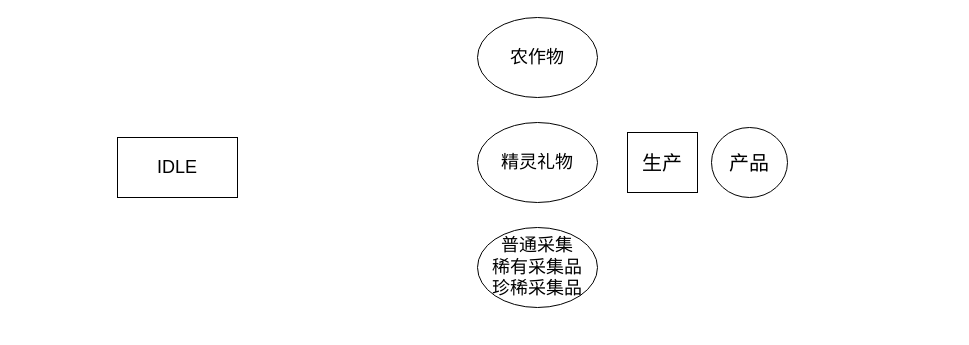
Above: page "第 2 页" (2 of 3) of Untitled Diagram.drawio in fanyixin0428/towerdefencegame (draw.io), before the change. Source tidied: cells renumbered, new cells numbered last; positions are measured from the earlier drawing's top-left corner, leaving out a move shared by most shapes. Both pictures are drawn from the tidied source at 100%, with x=0, y=0 at pixel (117, 17).
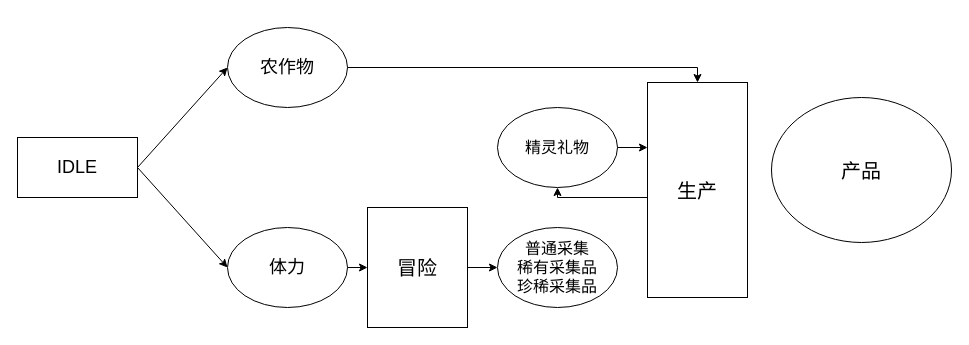
The same diagram, later.

The edit, as a diff of the source:
```diff
@@
     <mxCell id="2" value="&lt;font style=&quot;font-size: 20px&quot;&gt;产品&lt;/font&gt;" style="ellipse;whiteSpace=wrap;html=1;fontSize=20;" parent="1" vertex="1">
-      <mxGeometry x="594" y="110" width="76" height="70" as="geometry" />
+      <mxGeometry x="654" y="80" width="180" height="145" as="geometry" />
     </mxCell>
     <mxCell id="3" value="生产" style="rounded=0;whiteSpace=wrap;html=1;fontSize=20;" parent="1" vertex="1">
-      <mxGeometry x="510" y="115" width="70" height="60" as="geometry" />
+      <mxGeometry x="530" y="65" width="100" height="215" as="geometry" />
     </mxCell>
-    <mxCell id="4" value="普通采集&lt;br style=&quot;font-size: 18px;&quot;&gt;稀有采集品&lt;br style=&quot;font-size: 18px;&quot;&gt;珍稀采集品" style="ellipse;whiteSpace=wrap;html=1;fontSize=18;" parent="1" vertex="1">
-      <mxGeometry x="360" y="210" width="120" height="80" as="geometry" />
+    <mxCell id="4" value="普通采集&lt;br style=&quot;font-size: 16px;&quot;&gt;稀有采集品&lt;br style=&quot;font-size: 16px;&quot;&gt;珍稀采集品" style="ellipse;whiteSpace=wrap;html=1;fontSize=16;" parent="1" vertex="1">
+      <mxGeometry x="380" y="210" width="120" height="80" as="geometry" />
     </mxCell>
-    <mxCell id="5" value="精灵礼物" style="ellipse;whiteSpace=wrap;html=1;fontSize=18;" parent="1" vertex="1">
-      <mxGeometry x="360" y="105" width="120" height="80" as="geometry" />
+    <mxCell id="5" value="精灵礼物" style="ellipse;whiteSpace=wrap;html=1;fontSize=16;" parent="1" vertex="1">
+      <mxGeometry x="380" y="90" width="120" height="80" as="geometry" />
     </mxCell>
     <mxCell id="6" value="农作物" style="ellipse;whiteSpace=wrap;html=1;fontSize=18;" parent="1" vertex="1">
-      <mxGeometry x="360" width="120" height="80" as="geometry" />
+      <mxGeometry x="110" y="10" width="120" height="80" as="geometry" />
     </mxCell>
     <mxCell id="7" value="IDLE" style="rounded=0;whiteSpace=wrap;html=1;fontSize=18;" parent="1" vertex="1">
-      <mxGeometry y="120" width="120" height="60" as="geometry" />
+      <mxGeometry x="-100" y="120" width="120" height="60" as="geometry" />
     </mxCell>
+    <mxCell id="8" value="体力" style="ellipse;whiteSpace=wrap;html=1;fontSize=18;" parent="1" vertex="1">
+      <mxGeometry x="110" y="210" width="120" height="80" as="geometry" />
+    </mxCell>
+    <mxCell id="9" style="endArrow=classic;html=1;rounded=0;fontSize=18;entryX=0;entryY=0.5;entryDx=0;entryDy=0;exitX=1;exitY=0.5;exitDx=0;exitDy=0;" parent="1" edge="1" source="7" target="8">
+      <mxGeometry relative="1" as="geometry" />
+    </mxCell>
+    <mxCell id="10" style="endArrow=classic;html=1;rounded=0;fontSize=18;entryX=0;entryY=0.5;entryDx=0;entryDy=0;exitX=1;exitY=0.5;exitDx=0;exitDy=0;" parent="1" edge="1" source="7" target="6">
+      <mxGeometry relative="1" as="geometry" />
+    </mxCell>
+    <mxCell id="11" style="endArrow=classic;html=1;rounded=0;fontSize=18;exitX=1;exitY=0.5;exitDx=0;exitDy=0;entryX=0.5;entryY=0;entryDx=0;entryDy=0;" parent="1" edge="1" source="6" target="3">
+      <mxGeometry relative="1" as="geometry">
+        <Array as="points">
+          <mxPoint x="580" y="50" />
+        </Array>
+      </mxGeometry>
+    </mxCell>
+    <mxCell id="12" value="冒险" style="rounded=0;whiteSpace=wrap;html=1;fontSize=20;" parent="1" vertex="1">
+      <mxGeometry x="250" y="190" width="100" height="120" as="geometry" />
+    </mxCell>
+    <mxCell id="13" style="endArrow=classic;html=1;rounded=0;fontSize=16;exitX=1;exitY=0.5;exitDx=0;exitDy=0;entryX=0;entryY=0.5;entryDx=0;entryDy=0;" parent="1" edge="1" source="8" target="12">
+      <mxGeometry relative="1" as="geometry" />
+    </mxCell>
+    <mxCell id="14" style="endArrow=classic;html=1;rounded=0;fontSize=16;exitX=1;exitY=0.5;exitDx=0;exitDy=0;" parent="1" edge="1" source="12" target="4">
+      <mxGeometry relative="1" as="geometry" />
+    </mxCell>
+    <mxCell id="15" style="endArrow=classic;html=1;rounded=0;fontSize=16;exitX=1;exitY=0.5;exitDx=0;exitDy=0;" parent="1" edge="1" source="5">
+      <mxGeometry relative="1" as="geometry">
+        <mxPoint x="530" y="130" as="targetPoint" />
+      </mxGeometry>
+    </mxCell>
+    <mxCell id="16" style="endArrow=classic;html=1;rounded=0;fontSize=16;entryX=0.5;entryY=1;entryDx=0;entryDy=0;" parent="1" edge="1" target="5">
+      <mxGeometry relative="1" as="geometry">
+        <mxPoint x="530" y="180" as="sourcePoint" />
+        <Array as="points">
+          <mxPoint x="440" y="180" />
+        </Array>
+      </mxGeometry>
+    </mxCell>
```
